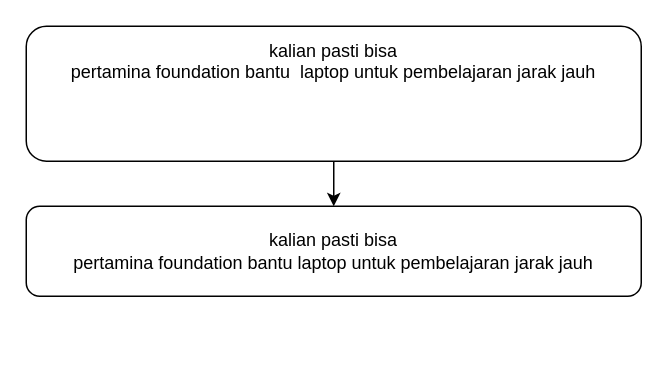
This is Dokumen TA/Paper/Gambar/Proses Menghapus tanda baca.drawio from muspriandi/TextMining-SentimentAnalysis, a draw.io file, before an edit. Source tidied: cells renumbered, new cells numbered last; positions are measured from the earlier drawing's top-left corner, leaving out a move shared by most shapes. Both pictures are drawn from the tidied source at 150%, with x=0, y=0 at pixel (26, 26).
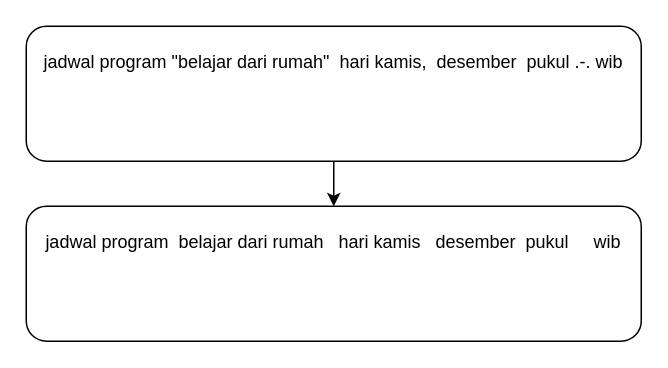
Above is the later version.

Change to the diagram source:
```diff
@@
 <mxGraphModel>
   <root>
     <mxCell id="0" />
     <mxCell id="1" parent="0" />
     <mxCell id="2" style="edgeStyle=orthogonalEdgeStyle;rounded=0;jettySize=auto;html=1;entryX=0.5;entryY=0;entryDx=0;entryDy=0;" parent="1" edge="1" source="3" target="4">
       <mxGeometry relative="1" as="geometry" />
     </mxCell>
-    <mxCell id="3" value="&lt;div&gt;&lt;div&gt;&lt;div&gt;&lt;div&gt;&lt;div&gt;kalian pasti bisa&lt;/div&gt;&lt;div&gt;pertamina foundation bantu&amp;nbsp; laptop untuk pembelajaran jarak jauh&lt;/div&gt;&lt;div&gt;&lt;br&gt;&lt;/div&gt;&lt;div&gt;&lt;br&gt;&lt;/div&gt;&lt;div&gt;&lt;br&gt;&lt;/div&gt;&lt;/div&gt;&lt;/div&gt;&lt;/div&gt;&lt;/div&gt;" style="rounded=1;whiteSpace=wrap;html=1;align=center;" parent="1" vertex="1">
+    <mxCell id="3" value="&lt;div&gt;jadwal program &quot;belajar dari rumah&quot;&amp;nbsp; hari kamis,&amp;nbsp; desember&amp;nbsp; pukul .-. wib&lt;/div&gt;&lt;div&gt;&lt;br&gt;&lt;/div&gt;&lt;div&gt;&lt;br&gt;&lt;/div&gt;&lt;div&gt;&lt;br&gt;&lt;/div&gt;" style="rounded=1;whiteSpace=wrap;html=1;align=center;" parent="1" vertex="1">
       <mxGeometry width="410" height="90" as="geometry" />
     </mxCell>
-    <mxCell id="4" value="&lt;div&gt;&lt;div&gt;&lt;div&gt;&lt;div&gt;kalian pasti bisa&lt;/div&gt;&lt;div&gt;pertamina foundation bantu laptop untuk pembelajaran jarak jauh&lt;/div&gt;&lt;/div&gt;&lt;/div&gt;&lt;/div&gt;" style="rounded=1;whiteSpace=wrap;html=1;align=center;" parent="1" vertex="1">
-      <mxGeometry y="120" width="410" height="60" as="geometry" />
+    <mxCell id="4" value="&lt;div&gt;jadwal program&amp;nbsp; belajar dari rumah&amp;nbsp; &amp;nbsp;hari kamis&amp;nbsp; &amp;nbsp;desember&amp;nbsp; pukul&amp;nbsp; &amp;nbsp; &amp;nbsp;wib&lt;/div&gt;&lt;div&gt;&lt;br&gt;&lt;/div&gt;&lt;div&gt;&lt;br&gt;&lt;/div&gt;&lt;div&gt;&lt;br&gt;&lt;/div&gt;" style="rounded=1;whiteSpace=wrap;html=1;align=center;" parent="1" vertex="1">
+      <mxGeometry y="120" width="410" height="90" as="geometry" />
     </mxCell>
   </root>
 </mxGraphModel>
```
